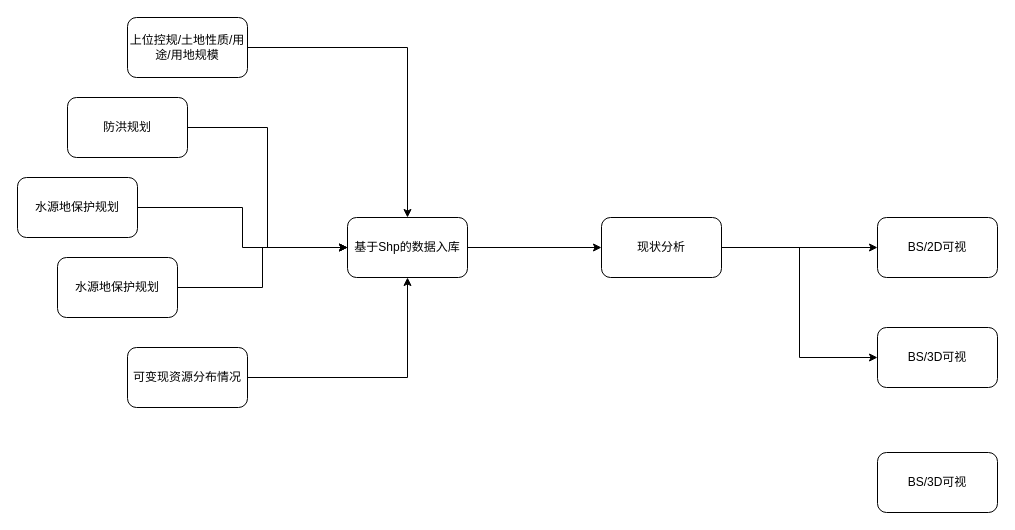
Earlier version of the draw.io diagram 房山大石窝镇.drawio (gaochaowyq/MinderGraph). Source tidied: cells renumbered, new cells numbered last; positions are measured from the earlier drawing's top-left corner, leaving out a move shared by most shapes. Both pictures are drawn from the tidied source at 100%, with x=0, y=0 at pixel (17, 17).
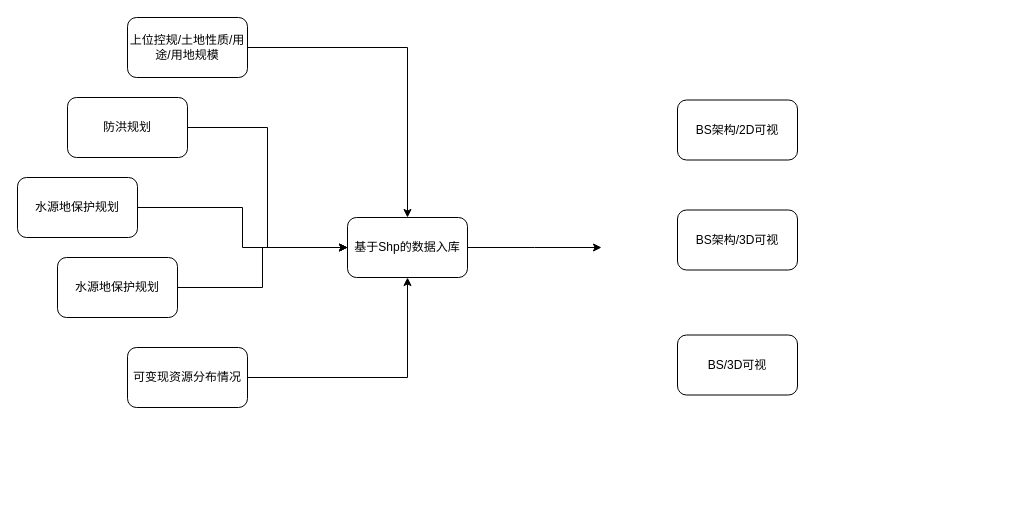
The same page after the edit.

Commit message (it also covers changes not shown here):
更新房山大石窝镇.drawio

Change to the diagram source:
```diff
@@
 <mxGraphModel>
   <root>
     <mxCell id="0" />
     <mxCell id="1" parent="0" />
-    <mxCell id="2" style="edgeStyle=orthogonalEdgeStyle;rounded=0;jettySize=auto;html=1;" parent="1" edge="1" source="3" target="16">
-      <mxGeometry relative="1" as="geometry" />
+    <mxCell id="2" style="edgeStyle=orthogonalEdgeStyle;rounded=0;jettySize=auto;html=1;" parent="1" edge="1" source="3">
+      <mxGeometry relative="1" as="geometry">
+        <mxPoint x="584" y="230" as="targetPoint" />
+      </mxGeometry>
     </mxCell>
     <mxCell id="3" value="基于Shp的数据入库" style="rounded=1;whiteSpace=wrap;html=1;" parent="1" vertex="1">
       <mxGeometry x="330" y="200" width="120" height="60" as="geometry" />
     </mxCell>
     <mxCell id="4" style="edgeStyle=orthogonalEdgeStyle;rounded=0;jettySize=auto;html=1;" parent="1" edge="1" source="5" target="3">
       <mxGeometry relative="1" as="geometry" />
     </mxCell>
     <mxCell id="5" value="上位控规/土地性质/用途/用地规模" style="rounded=1;whiteSpace=wrap;html=1;" parent="1" vertex="1">
       <mxGeometry x="110" width="120" height="60" as="geometry" />
     </mxCell>
     <mxCell id="6" style="edgeStyle=orthogonalEdgeStyle;rounded=0;jettySize=auto;html=1;entryX=0;entryY=0.5;entryDx=0;entryDy=0;" parent="1" edge="1" source="7" target="3">
       <mxGeometry relative="1" as="geometry" />
     </mxCell>
     <mxCell id="7" value="防洪规划" style="rounded=1;whiteSpace=wrap;html=1;" parent="1" vertex="1">
       <mxGeometry x="50" y="80" width="120" height="60" as="geometry" />
     </mxCell>
     <mxCell id="8" style="edgeStyle=orthogonalEdgeStyle;rounded=0;jettySize=auto;html=1;" parent="1" edge="1" source="9" target="3">
       <mxGeometry relative="1" as="geometry" />
     </mxCell>
     <mxCell id="9" value="水源地保护规划" style="rounded=1;whiteSpace=wrap;html=1;" parent="1" vertex="1">
       <mxGeometry y="160" width="120" height="60" as="geometry" />
     </mxCell>
     <mxCell id="10" style="edgeStyle=orthogonalEdgeStyle;rounded=0;jettySize=auto;html=1;" parent="1" edge="1" source="11" target="3">
       <mxGeometry relative="1" as="geometry" />
     </mxCell>
     <mxCell id="11" value="水源地保护规划" style="rounded=1;whiteSpace=wrap;html=1;" parent="1" vertex="1">
       <mxGeometry x="40" y="240" width="120" height="60" as="geometry" />
     </mxCell>
     <mxCell id="12" style="edgeStyle=orthogonalEdgeStyle;rounded=0;jettySize=auto;html=1;entryX=0.5;entryY=1;entryDx=0;entryDy=0;" parent="1" edge="1" source="13" target="3">
       <mxGeometry relative="1" as="geometry" />
     </mxCell>
     <mxCell id="13" value="可变现资源分布情况" style="rounded=1;whiteSpace=wrap;html=1;" parent="1" vertex="1">
       <mxGeometry x="110" y="330" width="120" height="60" as="geometry" />
     </mxCell>
-    <mxCell id="14" style="edgeStyle=orthogonalEdgeStyle;rounded=0;jettySize=auto;html=1;" parent="1" edge="1" source="16" target="17">
-      <mxGeometry relative="1" as="geometry" />
-    </mxCell>
-    <mxCell id="15" style="edgeStyle=orthogonalEdgeStyle;rounded=0;jettySize=auto;html=1;entryX=0;entryY=0.5;entryDx=0;entryDy=0;" parent="1" edge="1" source="16" target="18">
-      <mxGeometry relative="1" as="geometry" />
-    </mxCell>
-    <mxCell id="16" value="现状分析" style="rounded=1;whiteSpace=wrap;html=1;" parent="1" vertex="1">
-      <mxGeometry x="584" y="200" width="120" height="60" as="geometry" />
-    </mxCell>
-    <mxCell id="17" value="BS/2D可视" style="rounded=1;whiteSpace=wrap;html=1;" parent="1" vertex="1">
-      <mxGeometry x="860" y="200" width="120" height="60" as="geometry" />
+    <mxCell id="17" value="BS架构/2D可视" style="rounded=1;whiteSpace=wrap;html=1;" parent="1" vertex="1">
+      <mxGeometry x="660" y="82.5" width="120" height="60" as="geometry" />
     </mxCell>
-    <mxCell id="18" value="BS/3D可视" style="rounded=1;whiteSpace=wrap;html=1;" parent="1" vertex="1">
-      <mxGeometry x="860" y="310" width="120" height="60" as="geometry" />
+    <mxCell id="18" value="BS架构/3D可视" style="rounded=1;whiteSpace=wrap;html=1;" parent="1" vertex="1">
+      <mxGeometry x="660" y="192.5" width="120" height="60" as="geometry" />
     </mxCell>
     <mxCell id="19" value="BS/3D可视" style="rounded=1;whiteSpace=wrap;html=1;" parent="1" vertex="1">
-      <mxGeometry x="860" y="435" width="120" height="60" as="geometry" />
+      <mxGeometry x="660" y="317.5" width="120" height="60" as="geometry" />
     </mxCell>
   </root>
 </mxGraphModel>
```
